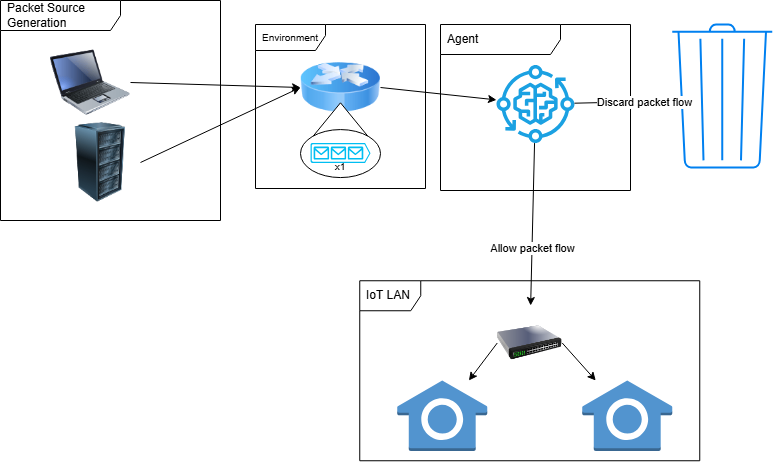
Earlier version of the draw.io export RL/RedInicial.png (CesarRodrigu/GII-24.19-contramedidas-IoT-mediante-reinforcement-learning). Source tidied: cells renumbered, new cells last; positions are measured from the earlier drawing's top-left corner, leaving out a move shared by most shapes.
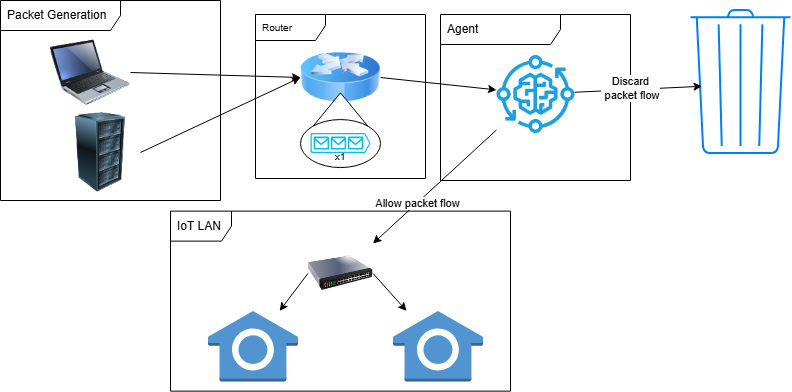
The same file after the commit.

Change to the diagram source:
```diff
@@ -2,7 +2,7 @@
   <root>
     <mxCell id="0" />
     <mxCell id="1" parent="0" />
-    <mxCell id="2" value="Environment" style="shape=umlFrame;whiteSpace=wrap;html=1;width=70;height=26;boundedLbl=1;verticalAlign=middle;align=left;spacingLeft=5;fontSize=10;" parent="1" vertex="1">
+    <mxCell id="2" value="Router" style="shape=umlFrame;whiteSpace=wrap;html=1;width=70;height=26;boundedLbl=1;verticalAlign=middle;align=left;spacingLeft=5;fontSize=10;" parent="1" vertex="1">
       <mxGeometry x="255" y="24" width="170" height="164" as="geometry" />
     </mxCell>
     <mxCell id="3" style="image;html=1;image=img/lib/clip_art/networking/Router_Icon_128x128.png;" parent="1" vertex="1">
@@ -23,11 +23,11 @@
     <mxCell id="8" value="Agent" style="shape=umlFrame;whiteSpace=wrap;html=1;width=120;height=30;boundedLbl=1;verticalAlign=middle;align=left;spacingLeft=5;" parent="1" vertex="1">
       <mxGeometry x="440" y="24" width="190" height="166" as="geometry" />
     </mxCell>
-    <mxCell id="9" value="Packet Source Generation" style="shape=umlFrame;whiteSpace=wrap;html=1;width=120;height=30;boundedLbl=1;verticalAlign=middle;align=left;spacingLeft=5;" parent="1" vertex="1">
-      <mxGeometry width="220" height="220" as="geometry" />
+    <mxCell id="9" value="Packet Generation" style="shape=umlFrame;whiteSpace=wrap;html=1;width=120;height=30;boundedLbl=1;verticalAlign=middle;align=left;spacingLeft=5;" parent="1" vertex="1">
+      <mxGeometry y="10" width="220" height="200" as="geometry" />
     </mxCell>
     <mxCell id="10" value="IoT LAN" style="shape=umlFrame;whiteSpace=wrap;html=1;width=61;height=30;boundedLbl=1;verticalAlign=middle;align=left;spacingLeft=5;" parent="1" vertex="1">
-      <mxGeometry x="359.2" y="280.2" width="340" height="180" as="geometry" />
+      <mxGeometry x="170" y="220.6" width="340" height="180" as="geometry" />
     </mxCell>
     <mxCell id="11" style="image;html=1;image=img/lib/clip_art/computers/Laptop_128x128.png;" parent="1" vertex="1">
       <mxGeometry x="50" y="42" width="80" height="80" as="geometry" />
@@ -48,13 +48,13 @@
       <mxGeometry relative="1" as="geometry" />
     </mxCell>
     <mxCell id="17" style="outlineConnect=0;dashed=0;verticalLabelPosition=bottom;verticalAlign=top;align=center;html=1;shape=mxgraph.aws3.alexa_smart_home_skill;fillColor=#5294CF;gradientColor=none;" parent="1" vertex="1">
-      <mxGeometry x="396.8" y="380" width="90" height="70.5" as="geometry" />
+      <mxGeometry x="207.5" y="320.4" width="90" height="70.5" as="geometry" />
     </mxCell>
     <mxCell id="18" style="outlineConnect=0;dashed=0;verticalLabelPosition=bottom;verticalAlign=top;align=center;html=1;shape=mxgraph.aws3.alexa_smart_home_skill;fillColor=#5294CF;gradientColor=none;" parent="1" vertex="1">
-      <mxGeometry x="581.8" y="380" width="90" height="70.5" as="geometry" />
+      <mxGeometry x="392.5" y="320.4" width="90" height="70.5" as="geometry" />
     </mxCell>
     <mxCell id="19" style="html=1;verticalLabelPosition=bottom;align=center;labelBackgroundColor=#ffffff;verticalAlign=top;strokeWidth=2;strokeColor=#0080F0;shadow=0;dashed=0;shape=mxgraph.ios7.icons.trashcan;" parent="1" vertex="1">
-      <mxGeometry x="671.8" y="24" width="100" height="143" as="geometry" />
+      <mxGeometry x="690" y="19.6" width="100" height="143" as="geometry" />
     </mxCell>
     <mxCell id="20" style="endArrow=classic;html=1;" parent="1" edge="1" source="15" target="22">
       <mxGeometry relative="1" as="geometry" />
@@ -63,7 +63,7 @@
       <mxGeometry x="0.29" relative="1" as="geometry" />
     </mxCell>
     <mxCell id="22" style="image;html=1;image=img/lib/clip_art/networking/Switch_128x128.png;" parent="1" vertex="1">
-      <mxGeometry x="496.8" y="305" width="65" height="75" as="geometry" />
+      <mxGeometry x="307.5" y="245.4" width="65" height="75" as="geometry" />
     </mxCell>
     <mxCell id="23" style="endArrow=classic;html=1;exitX=0;exitY=0.5;exitDx=0;exitDy=0;" parent="1" edge="1" source="22" target="17">
       <mxGeometry relative="1" as="geometry" />
@@ -74,8 +74,10 @@
     <mxCell id="25" style="endArrow=classic;html=1;entryX=0.115;entryY=0.533;entryDx=0;entryDy=0;entryPerimeter=0;" parent="1" edge="1" source="15" target="19">
       <mxGeometry relative="1" as="geometry" />
     </mxCell>
-    <mxCell id="26" value="Discard packet flow" style="edgeLabel;html=1;align=center;verticalAlign=middle;" parent="25" vertex="1">
-      <mxGeometry x="0.29" relative="1" as="geometry" />
+    <mxCell id="26" value="Discard&lt;br&gt;&amp;nbsp;packet flow" style="edgeLabel;html=1;align=center;verticalAlign=middle;" parent="25" vertex="1">
+      <mxGeometry x="0.29" relative="1" as="geometry">
+        <mxPoint x="-26" as="offset" />
+      </mxGeometry>
     </mxCell>
   </root>
 </mxGraphModel>
```
